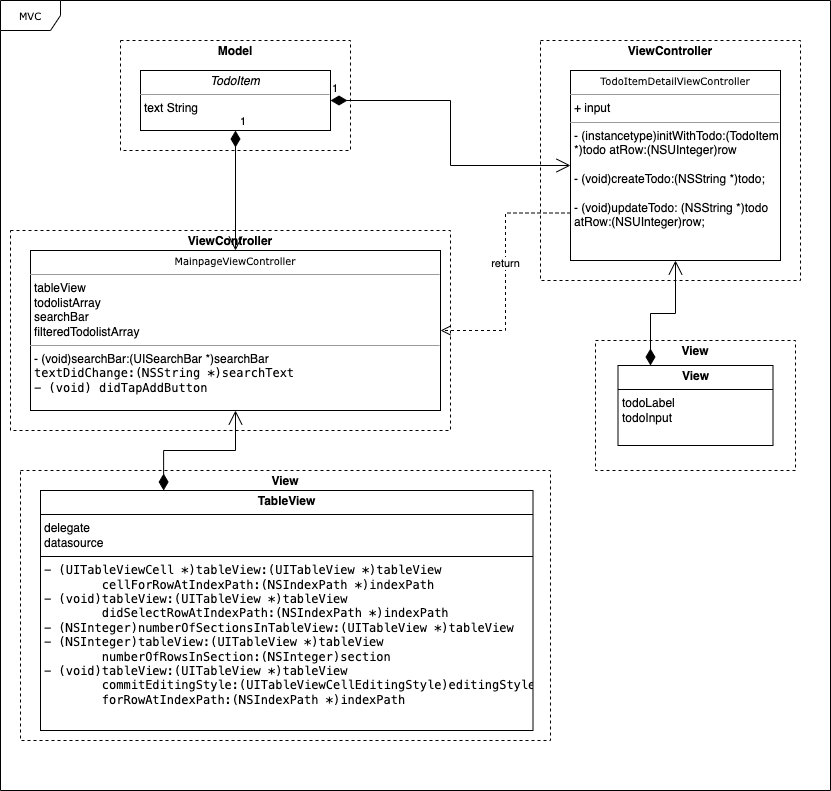
The draw.io diagram Architectural Patterns/MVC.drawio.png in jeuneseven/iOS, before a commit. Source tidied: cells renumbered, new cells last; positions are measured from the earlier drawing's top-left corner, leaving out a move shared by most shapes.
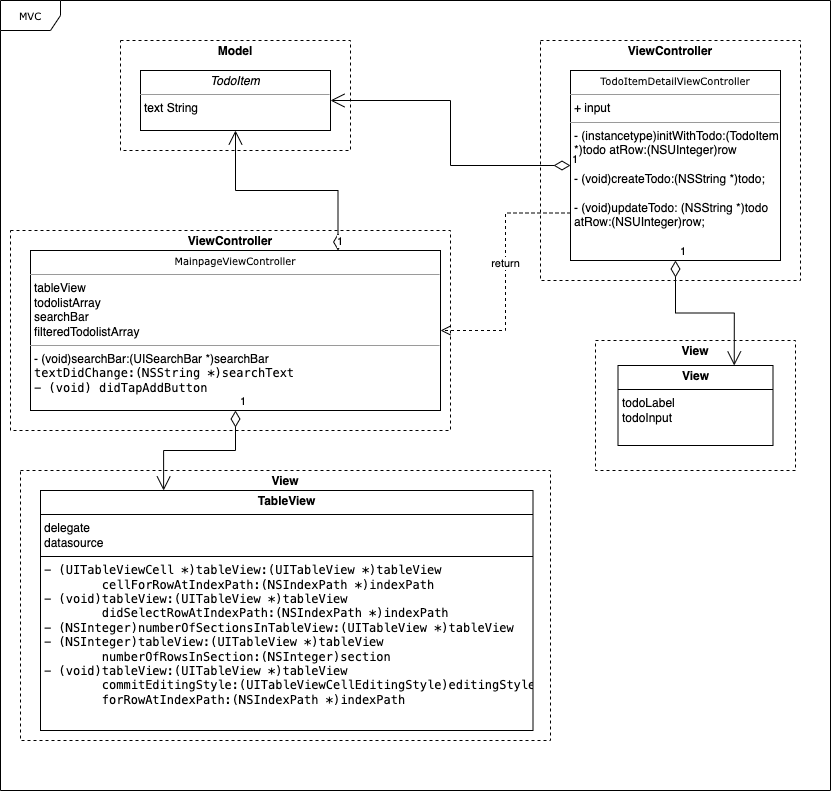
Above is the later version.

Diff of the diagram source:
```diff
@@ -78,25 +78,20 @@
     <mxCell id="19" value="&lt;p style=&quot;margin:0px;margin-top:4px;text-align:center;&quot;&gt;&lt;b&gt;View&lt;/b&gt;&lt;/p&gt;&lt;hr size=&quot;1&quot; style=&quot;border-style:solid;&quot;&gt;&lt;p style=&quot;margin:0px;margin-left:4px;&quot;&gt;&lt;span style=&quot;background-color: initial;&quot;&gt;todoLabel&lt;/span&gt;&lt;/p&gt;&lt;p style=&quot;margin:0px;margin-left:4px;&quot;&gt;todoInput&lt;/p&gt;" style="verticalAlign=top;align=left;overflow=fill;html=1;whiteSpace=wrap;" parent="1" vertex="1">
       <mxGeometry x="617.5" y="365" width="155" height="80" as="geometry" />
     </mxCell>
-    <mxCell id="20" value="1" style="endArrow=open;html=1;endSize=12;startArrow=diamondThin;startSize=14;startFill=1;edgeStyle=orthogonalEdgeStyle;align=left;verticalAlign=bottom;rounded=0;exitX=0.5;exitY=1;exitDx=0;exitDy=0;" parent="1" edge="1" source="13" target="14">
-      <mxGeometry x="-1" y="3" relative="1" as="geometry" />
-    </mxCell>
-    <mxCell id="21" value="1" style="endArrow=open;html=1;endSize=12;startArrow=diamondThin;startSize=14;startFill=1;edgeStyle=orthogonalEdgeStyle;align=left;verticalAlign=bottom;rounded=0;" parent="1" edge="1" source="13" target="15">
-      <mxGeometry x="-1" y="3" relative="1" as="geometry" />
-    </mxCell>
-    <mxCell id="22" style="endArrow=open;html=1;endSize=12;startArrow=diamondThin;startSize=14;startFill=1;edgeStyle=orthogonalEdgeStyle;align=left;verticalAlign=bottom;rounded=0;" parent="1" edge="1" source="19" target="15">
-      <mxGeometry x="-1" y="3" relative="1" as="geometry">
-        <Array as="points">
-          <mxPoint x="650" y="313" />
-          <mxPoint x="675" y="313" />
-        </Array>
-      </mxGeometry>
-    </mxCell>
     <mxCell id="23" value="return" style="html=1;verticalAlign=bottom;endArrow=open;dashed=1;endSize=8;rounded=0;edgeStyle=orthogonalEdgeStyle;exitX=0;exitY=0.75;exitDx=0;exitDy=0;" parent="1" edge="1" source="15" target="14">
       <mxGeometry relative="1" as="geometry" />
     </mxCell>
-    <mxCell id="24" style="endArrow=open;html=1;endSize=12;startArrow=diamondThin;startSize=14;startFill=1;edgeStyle=orthogonalEdgeStyle;align=left;verticalAlign=bottom;rounded=0;exitX=0.25;exitY=0;exitDx=0;exitDy=0;" parent="1" edge="1" source="18" target="14">
-      <mxGeometry x="-1" y="3" relative="1" as="geometry" />
-    </mxCell>
+    <mxCell id="25" value="1" style="endArrow=open;html=1;endSize=12;startArrow=diamondThin;startSize=14;startFill=0;edgeStyle=orthogonalEdgeStyle;align=left;verticalAlign=bottom;rounded=0;exitX=0.5;exitY=1;exitDx=0;exitDy=0;entryX=0.75;entryY=0;entryDx=0;entryDy=0;" parent="1" edge="1" source="15" target="19">
+      <mxGeometry x="-1" y="3" relative="1" as="geometry" />
+    </mxCell>
+    <mxCell id="26" value="1" style="endArrow=open;html=1;endSize=12;startArrow=diamondThin;startSize=14;startFill=0;edgeStyle=orthogonalEdgeStyle;align=left;verticalAlign=bottom;rounded=0;entryX=0.25;entryY=0;entryDx=0;entryDy=0;exitX=0.5;exitY=1;exitDx=0;exitDy=0;" parent="1" edge="1" source="14" target="18">
+      <mxGeometry x="-1" y="3" relative="1" as="geometry" />
+    </mxCell>
+    <mxCell id="27" value="1" style="endArrow=open;html=1;endSize=12;startArrow=diamondThin;startSize=14;startFill=0;edgeStyle=orthogonalEdgeStyle;align=left;verticalAlign=bottom;rounded=0;exitX=0.75;exitY=0;exitDx=0;exitDy=0;entryX=0.5;entryY=1;entryDx=0;entryDy=0;" parent="1" edge="1" source="14" target="13">
+      <mxGeometry x="-1" y="3" relative="1" as="geometry" />
+    </mxCell>
+    <mxCell id="28" value="1" style="endArrow=open;html=1;endSize=12;startArrow=diamondThin;startSize=14;startFill=0;edgeStyle=orthogonalEdgeStyle;align=left;verticalAlign=bottom;rounded=0;" parent="1" edge="1" source="15" target="13">
+      <mxGeometry x="-1" y="3" relative="1" as="geometry" />
+    </mxCell>
   </root>
 </mxGraphModel>
```
